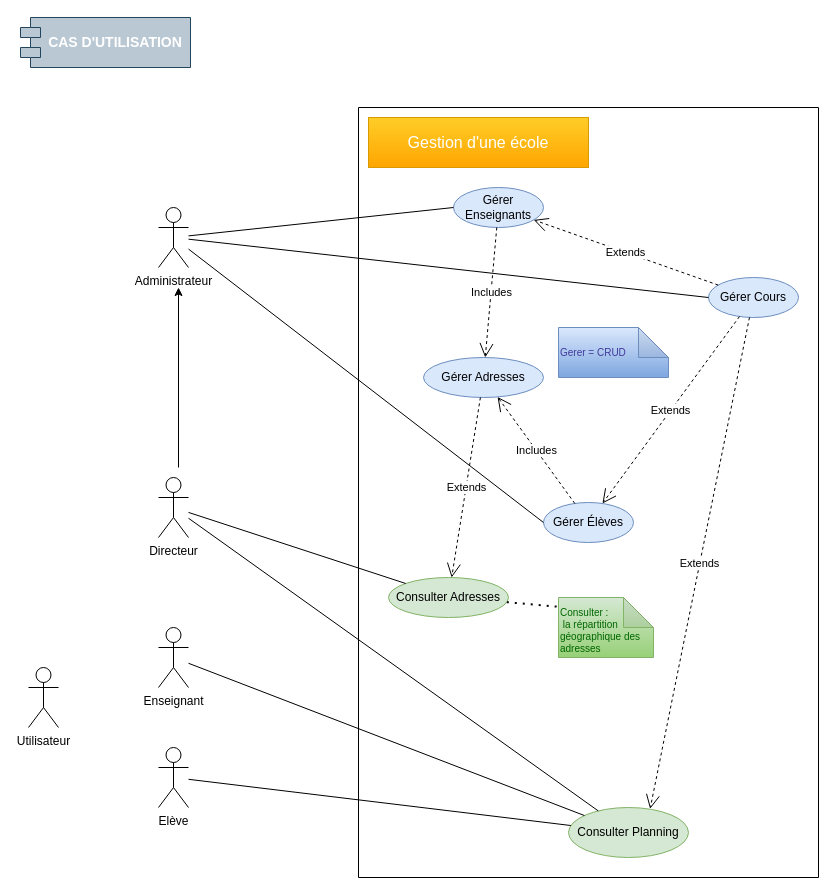
Above: doc/Cas_dUtilisation.drawio in MelissaHOA/EXO_Gestion_Ecole (draw.io), before the change. Source tidied: cells renumbered, new cells numbered last; positions are measured from the earlier drawing's top-left corner, leaving out a move shared by most shapes. Both pictures are drawn from the tidied source at 100%, with x=0, y=0 at pixel (20, 17).
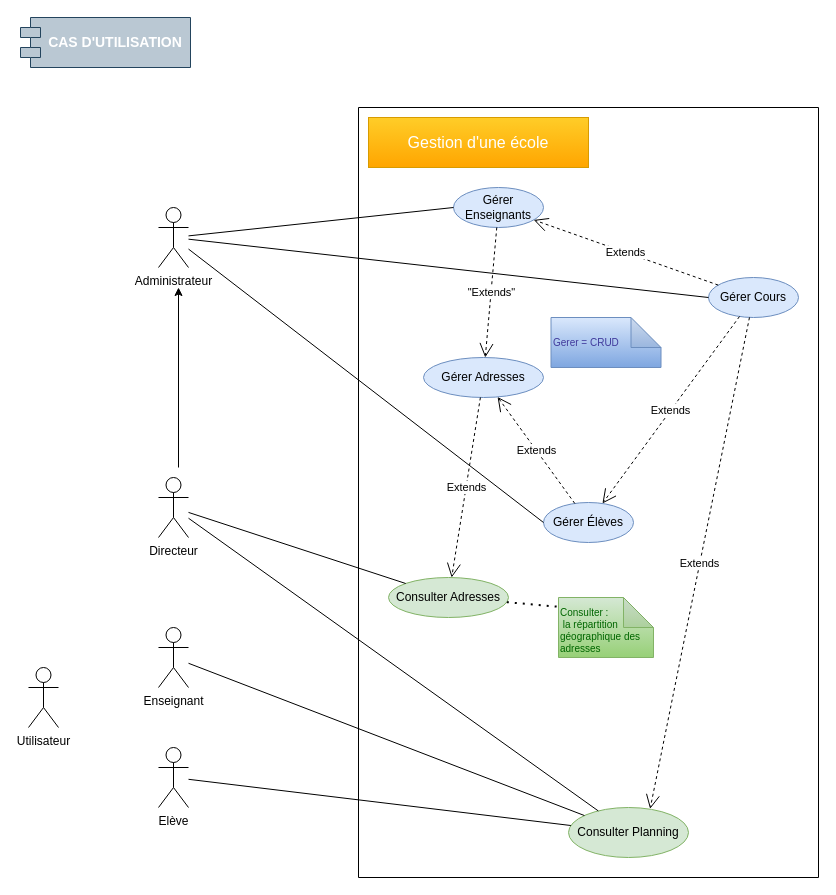
Above is the later version.

Commit message:
Mettre à jour Cas_dUtilisation.drawio

The change refers to these unchanged cells:
```xml
<mxCell id="4" style="swimlane;startSize=0;fontSize=13;" parent="1" vertex="1">
  <mxGeometry x="338" y="90" width="460" height="770" as="geometry" />
</mxCell>
<mxCell id="6" value="Gérer Élèves" style="ellipse;whiteSpace=wrap;html=1;fillColor=#dae8fc;strokeColor=#6c8ebf;" parent="4" vertex="1">
  <mxGeometry x="185" y="395" width="90" height="40" as="geometry" />
</mxCell>
<mxCell id="7" value="Gérer Enseignants" style="ellipse;whiteSpace=wrap;html=1;fillColor=#dae8fc;strokeColor=#6c8ebf;" parent="4" vertex="1">
  <mxGeometry x="95" y="80" width="90" height="40" as="geometry" />
</mxCell>
<mxCell id="13" value="Gérer Adresses" style="ellipse;whiteSpace=wrap;html=1;fillColor=#dae8fc;strokeColor=#6c8ebf;" parent="4" vertex="1">
  <mxGeometry x="65" y="250" width="120" height="40" as="geometry" />
</mxCell>
```

Change to the diagram source:
```diff
@@
-    <mxCell id="14" value="Includes" style="endArrow=open;endSize=12;dashed=1;html=1;rounded=0;" parent="4" edge="1" source="6" target="13">
+    <mxCell id="14" value="Extends" style="endArrow=open;endSize=12;dashed=1;html=1;rounded=0;" parent="4" edge="1" source="6" target="13">
       <mxGeometry relative="1" as="geometry" />
     </mxCell>
-    <mxCell id="15" value="Includes" style="endArrow=open;endSize=12;dashed=1;html=1;rounded=0;" parent="4" edge="1" source="7" target="13">
+    <mxCell id="15" value="&quot;Extends&quot;" style="endArrow=open;endSize=12;dashed=1;html=1;rounded=0;" parent="4" edge="1" source="7" target="13">
       <mxGeometry relative="1" as="geometry" />
     </mxCell>
@@
     <mxCell id="20" value="Gerer = CRUD" style="shape=note;whiteSpace=wrap;html=1;backgroundOutline=1;darkOpacity=0.05;fillColor=#dae8fc;strokeColor=#6c8ebf;fontSize=10;align=left;verticalAlign=middle;gradientColor=#7ea6e0;fontColor=#403a9c;" parent="4" vertex="1">
-      <mxGeometry x="200" y="220" width="110" height="50" as="geometry" />
+      <mxGeometry x="192.5" y="210" width="110" height="50" as="geometry" />
     </mxCell>
```
